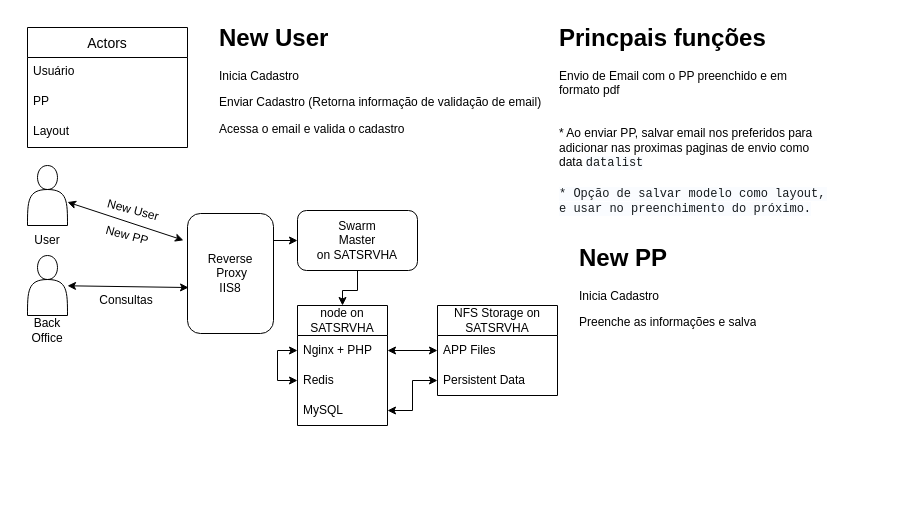
DiegoCarrilho/PlanoPastor keeps this draw.io diagram as idea/idea.drawio. Above is the earlier version. Source tidied: cells renumbered, new cells numbered last; positions are measured from the earlier drawing's top-left corner, leaving out a move shared by most shapes. Both pictures are drawn from the tidied source at 100%, with x=0, y=0 at pixel (17, 17).
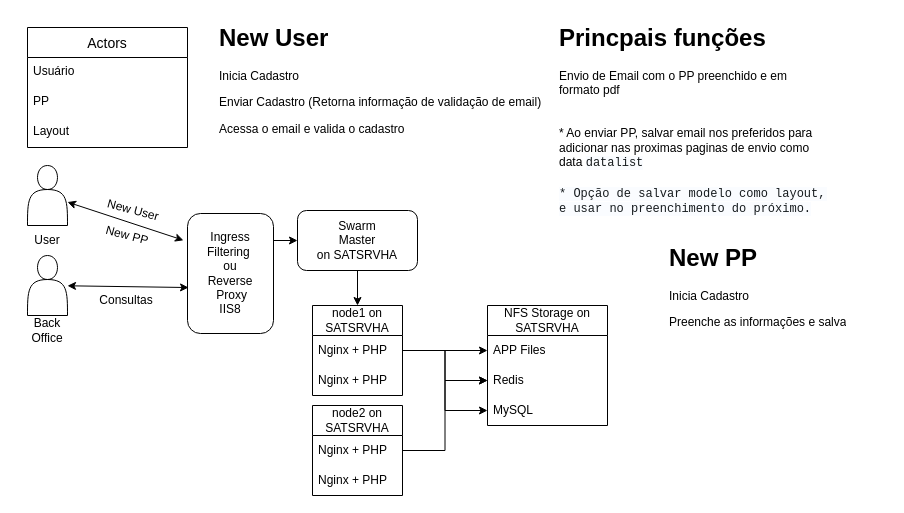
Above is the later version.

Unchanged cells that the change refers to:
```xml
<mxCell id="25" value="Nginx + PHP" style="text;strokeColor=none;fillColor=none;align=left;verticalAlign=middle;spacingLeft=4;spacingRight=4;overflow=hidden;points=[[0,0.5],[1,0.5]];portConstraint=eastwest;whiteSpace=wrap;html=1;" parent="24" vertex="1">
  <mxGeometry y="30" width="90" height="30" as="geometry" />
</mxCell>
<mxCell id="30" value="APP Files" style="text;strokeColor=none;fillColor=none;align=left;verticalAlign=middle;spacingLeft=4;spacingRight=4;overflow=hidden;points=[[0,0.5],[1,0.5]];portConstraint=eastwest;whiteSpace=wrap;html=1;" parent="29" vertex="1">
  <mxGeometry y="30" width="120" height="30" as="geometry" />
</mxCell>
```

The edit, as a diff of the source:
```diff
@@
-    <mxCell id="2" value="&lt;div&gt;Reverse&lt;/div&gt;&lt;div&gt;&lt;span style=&quot;background-color: transparent; color: light-dark(rgb(0, 0, 0), rgb(255, 255, 255));&quot;&gt;&amp;nbsp;Proxy&lt;/span&gt;&lt;/div&gt;&lt;div&gt;&lt;span style=&quot;background-color: transparent; color: light-dark(rgb(0, 0, 0), rgb(255, 255, 255));&quot;&gt;IIS8&lt;/span&gt;&lt;/div&gt;" style="rounded=1;whiteSpace=wrap;html=1;" parent="1" vertex="1">
+    <mxCell id="2" value="&lt;div&gt;Ingress Filtering&amp;nbsp;&lt;/div&gt;&lt;div&gt;ou&lt;/div&gt;&lt;div&gt;Reverse&lt;/div&gt;&lt;div&gt;&lt;span style=&quot;background-color: transparent; color: light-dark(rgb(0, 0, 0), rgb(255, 255, 255));&quot;&gt;&amp;nbsp;Proxy&lt;/span&gt;&lt;/div&gt;&lt;div&gt;&lt;span style=&quot;background-color: transparent; color: light-dark(rgb(0, 0, 0), rgb(255, 255, 255));&quot;&gt;IIS8&lt;/span&gt;&lt;/div&gt;" style="rounded=1;whiteSpace=wrap;html=1;" parent="1" vertex="1">
       <mxGeometry x="170" y="196" width="86" height="120" as="geometry" />
     </mxCell>
@@
     <mxCell id="22" value="&lt;h1 style=&quot;margin-top: 0px;&quot;&gt;New PP&lt;/h1&gt;&lt;p&gt;Inicia Cadastro&lt;/p&gt;&lt;p&gt;Preenche as informações e salva&lt;/p&gt;" style="text;html=1;whiteSpace=wrap;overflow=hidden;rounded=0;" parent="1" vertex="1">
-      <mxGeometry x="560" y="220" width="220" height="108" as="geometry" />
+      <mxGeometry x="650" y="220" width="220" height="108" as="geometry" />
     </mxCell>
@@
-    <mxCell id="24" value="node on SATSRVHA" style="swimlane;fontStyle=0;horizontal=1;startSize=30;whiteSpace=wrap;html=1;" parent="1" vertex="1">
-      <mxGeometry x="280" y="288" width="90" height="120" as="geometry" />
+    <mxCell id="24" value="node1 on SATSRVHA" style="swimlane;fontStyle=0;horizontal=1;startSize=30;whiteSpace=wrap;html=1;" parent="1" vertex="1">
+      <mxGeometry x="295" y="288" width="90" height="90" as="geometry" />
     </mxCell>
@@
-    <mxCell id="26" style="edgeStyle=orthogonalEdgeStyle;rounded=0;jettySize=auto;html=1;entryX=0;entryY=0.5;entryDx=0;entryDy=0;startArrow=classic;startFill=1;" parent="24" edge="1" source="27" target="25">
-      <mxGeometry relative="1" as="geometry" />
-    </mxCell>
-    <mxCell id="27" value="Redis" style="text;strokeColor=none;fillColor=none;align=left;verticalAlign=middle;spacingLeft=4;spacingRight=4;overflow=hidden;points=[[0,0.5],[1,0.5]];portConstraint=eastwest;whiteSpace=wrap;html=1;" parent="24" vertex="1">
-      <mxGeometry y="60" width="90" height="30" as="geometry" />
-    </mxCell>
-    <mxCell id="28" value="MySQL" style="text;strokeColor=none;fillColor=none;align=left;verticalAlign=middle;spacingLeft=4;spacingRight=4;overflow=hidden;points=[[0,0.5],[1,0.5]];portConstraint=eastwest;whiteSpace=wrap;html=1;" parent="24" vertex="1">
-      <mxGeometry y="90" width="90" height="30" as="geometry" />
-    </mxCell>
+    <mxCell id="34" value="Nginx + PHP" style="text;strokeColor=none;fillColor=none;align=left;verticalAlign=middle;spacingLeft=4;spacingRight=4;overflow=hidden;whiteSpace=wrap;html=1;" parent="24" vertex="1">
+      <mxGeometry y="60" width="90" height="30" as="geometry" />
+    </mxCell>
     <mxCell id="29" value="NFS Storage on&lt;div&gt;SATSRVHA&lt;/div&gt;" style="swimlane;fontStyle=0;horizontal=1;startSize=30;whiteSpace=wrap;html=1;" parent="1" vertex="1">
-      <mxGeometry x="420" y="288" width="120" height="90" as="geometry" />
+      <mxGeometry x="470" y="288" width="120" height="120" as="geometry" />
     </mxCell>
@@
-    <mxCell id="31" value="Persistent Data" style="text;strokeColor=none;fillColor=none;align=left;verticalAlign=middle;spacingLeft=4;spacingRight=4;overflow=hidden;points=[[0,0.5],[1,0.5]];portConstraint=eastwest;whiteSpace=wrap;html=1;" parent="29" vertex="1">
+    <mxCell id="31" value="Redis" style="text;strokeColor=none;fillColor=none;align=left;verticalAlign=middle;spacingLeft=4;spacingRight=4;overflow=hidden;points=[[0,0.5],[1,0.5]];portConstraint=eastwest;whiteSpace=wrap;html=1;" parent="29" vertex="1">
       <mxGeometry y="60" width="120" height="30" as="geometry" />
     </mxCell>
+    <mxCell id="28" value="MySQL" style="text;strokeColor=none;fillColor=none;align=left;verticalAlign=middle;spacingLeft=4;spacingRight=4;overflow=hidden;points=[[0,0.5],[1,0.5]];portConstraint=eastwest;whiteSpace=wrap;html=1;" parent="29" vertex="1">
+      <mxGeometry y="90" width="120" height="30" as="geometry" />
+    </mxCell>
-    <mxCell id="32" style="edgeStyle=orthogonalEdgeStyle;rounded=0;jettySize=auto;html=1;exitX=1;exitY=0.5;exitDx=0;exitDy=0;entryX=0;entryY=0.5;entryDx=0;entryDy=0;startArrow=classic;startFill=1;" parent="1" edge="1" source="25" target="30">
+    <mxCell id="32" style="edgeStyle=orthogonalEdgeStyle;rounded=0;jettySize=auto;html=1;exitX=1;exitY=0.5;exitDx=0;exitDy=0;entryX=0;entryY=0.5;entryDx=0;entryDy=0;startArrow=none;startFill=0;" parent="1" edge="1" source="25" target="30">
       <mxGeometry relative="1" as="geometry" />
     </mxCell>
-    <mxCell id="33" style="edgeStyle=orthogonalEdgeStyle;rounded=0;jettySize=auto;html=1;entryX=0;entryY=0.5;entryDx=0;entryDy=0;startArrow=classic;startFill=1;" parent="1" edge="1" source="28" target="31">
-      <mxGeometry relative="1" as="geometry" />
-    </mxCell>
+    <mxCell id="35" style="edgeStyle=orthogonalEdgeStyle;rounded=0;jettySize=auto;html=1;entryX=0;entryY=0.5;entryDx=0;entryDy=0;" parent="1" edge="1" source="25" target="31">
+      <mxGeometry relative="1" as="geometry" />
+    </mxCell>
+    <mxCell id="36" style="edgeStyle=orthogonalEdgeStyle;rounded=0;jettySize=auto;html=1;exitX=1;exitY=0.5;exitDx=0;exitDy=0;entryX=0;entryY=0.5;entryDx=0;entryDy=0;startArrow=none;startFill=0;" parent="1" edge="1" source="25" target="28">
+      <mxGeometry relative="1" as="geometry" />
+    </mxCell>
+    <mxCell id="37" value="node2 on SATSRVHA" style="swimlane;fontStyle=0;horizontal=1;startSize=30;whiteSpace=wrap;html=1;" parent="1" vertex="1">
+      <mxGeometry x="295" y="388" width="90" height="90" as="geometry" />
+    </mxCell>
+    <mxCell id="38" value="Nginx + PHP" style="text;strokeColor=none;fillColor=none;align=left;verticalAlign=middle;spacingLeft=4;spacingRight=4;overflow=hidden;points=[[0,0.5],[1,0.5]];portConstraint=eastwest;whiteSpace=wrap;html=1;" parent="37" vertex="1">
+      <mxGeometry y="30" width="90" height="30" as="geometry" />
+    </mxCell>
+    <mxCell id="39" value="Nginx + PHP" style="text;strokeColor=none;fillColor=none;align=left;verticalAlign=middle;spacingLeft=4;spacingRight=4;overflow=hidden;whiteSpace=wrap;html=1;" parent="37" vertex="1">
+      <mxGeometry y="60" width="90" height="30" as="geometry" />
+    </mxCell>
+    <mxCell id="40" style="edgeStyle=orthogonalEdgeStyle;rounded=0;jettySize=auto;html=1;entryX=0;entryY=0.5;entryDx=0;entryDy=0;" parent="1" edge="1" source="38" target="31">
+      <mxGeometry relative="1" as="geometry" />
+    </mxCell>
```
